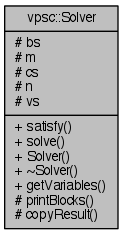
Earlier version of the Graphviz export documentation/classvpsc_1_1Solver__coll__graph.png (mjwybrow/adaptagrams). Its source is kept beside it as documentation/classvpsc_1_1Solver__coll__graph.dot.
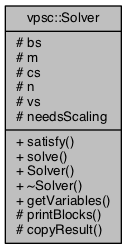
Later version of the same file.

Diff of the diagram source:
```diff
@@ -2,5 +2,5 @@
 {
   edge [fontname="Helvetica",fontsize="10",labelfontname="Helvetica",labelfontsize="10"];
   node [fontname="Helvetica",fontsize="10",shape=record];
-  Node1 [label="{vpsc::Solver\n|# bs\l# m\l# cs\l# n\l# vs\l|+ satisfy()\l+ solve()\l+ Solver()\l+ ~Solver()\l+ getVariables()\l# printBlocks()\l# copyResult()\l}",height=0.2,width=0.4,color="black", fillcolor="grey75", style="filled" fontcolor="black"];
+  Node1 [label="{vpsc::Solver\n|# bs\l# m\l# cs\l# n\l# vs\l# needsScaling\l|+ satisfy()\l+ solve()\l+ Solver()\l+ ~Solver()\l+ getVariables()\l# printBlocks()\l# copyResult()\l}",height=0.2,width=0.4,color="black", fillcolor="grey75", style="filled", fontcolor="black"];
 }
```
